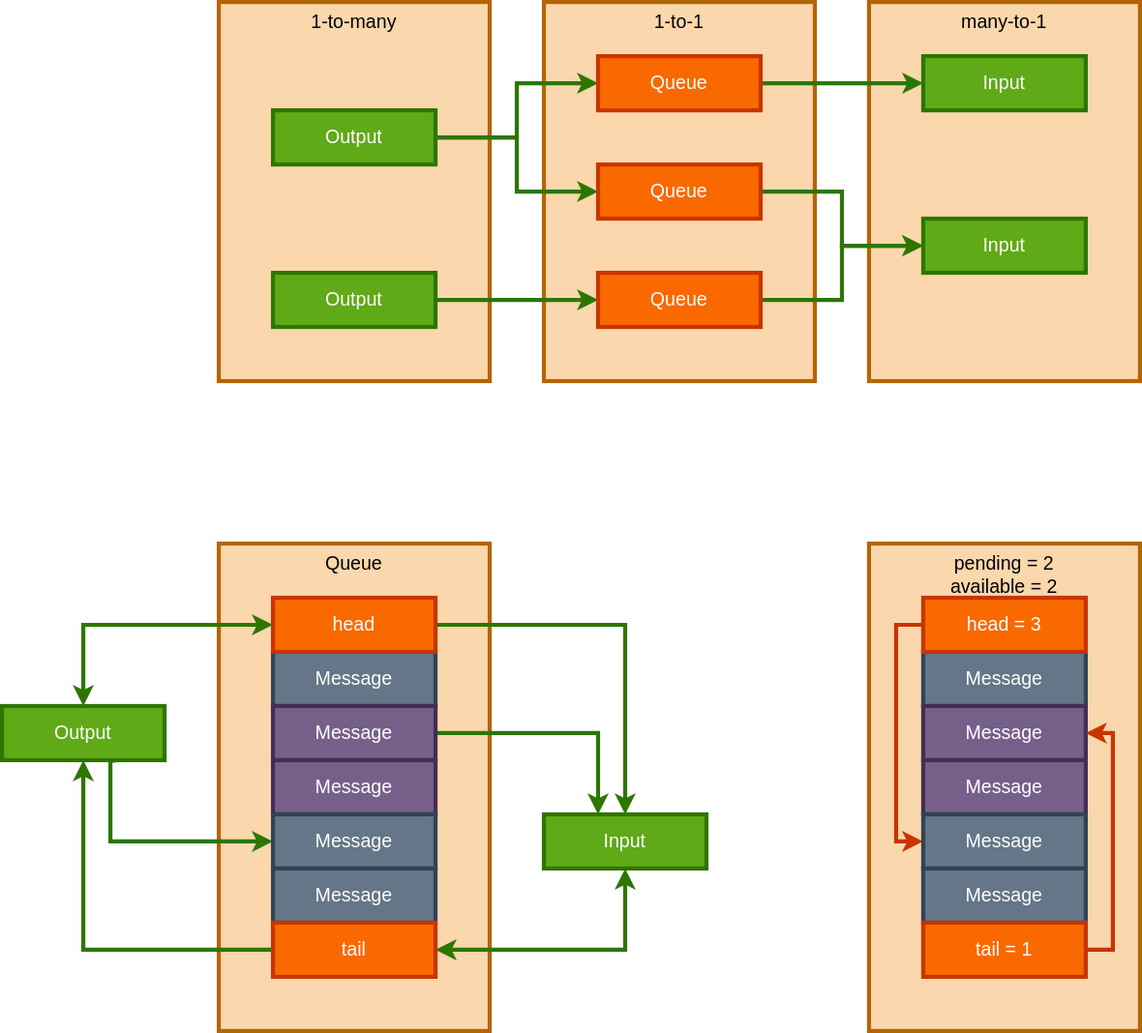
Earlier version of the draw.io export readme.drawio.svg (nin-jin/go.d). Source tidied: cells renumbered, new cells last; positions are measured from the earlier drawing's top-left corner, leaving out a move shared by most shapes.
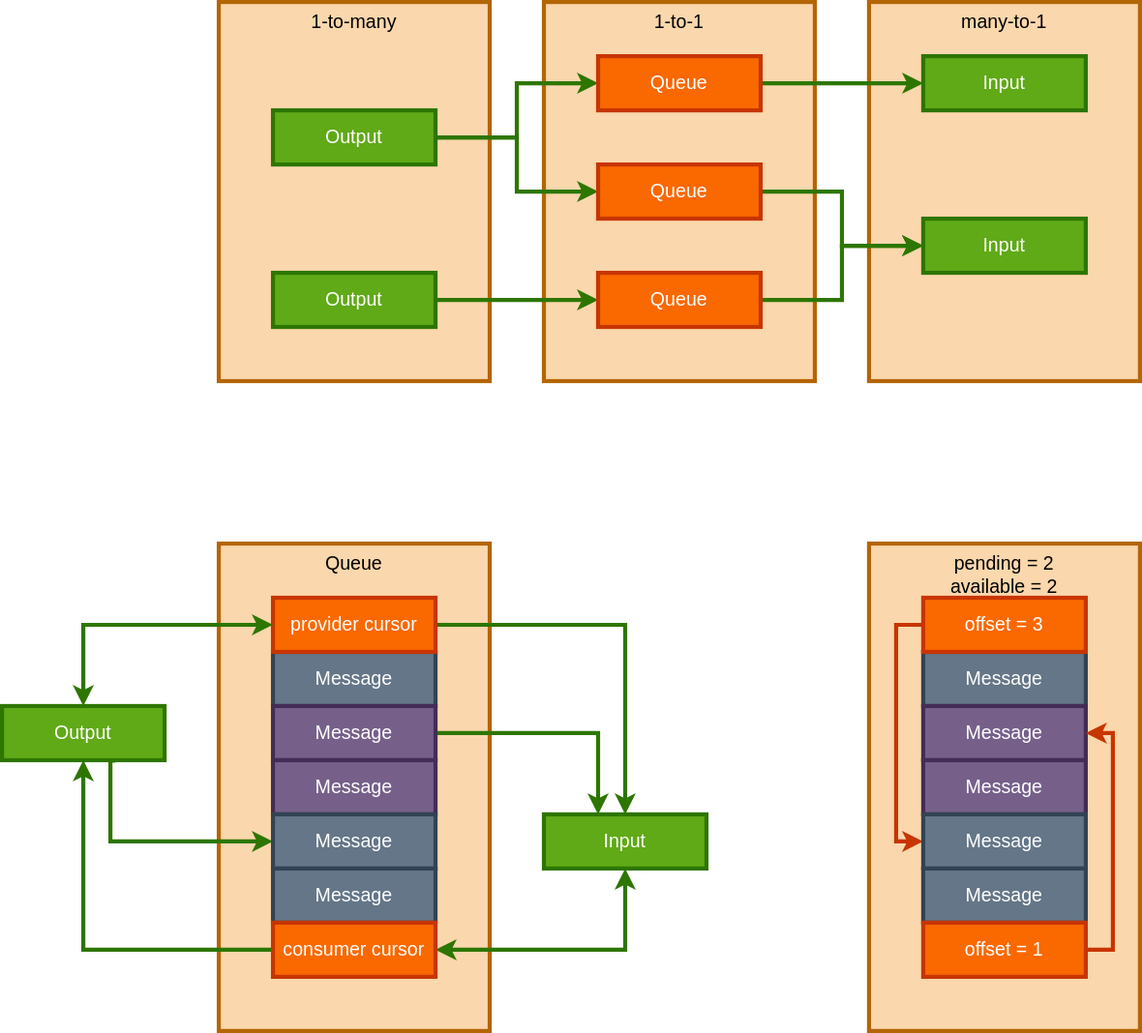
Above is the later version.

Change to the diagram source:
```diff
@@ -40,7 +40,7 @@
         </Array>
       </mxGeometry>
     </mxCell>
-    <mxCell id="12" value="head" style="rounded=0;whiteSpace=wrap;html=1;fillColor=#fa6800;strokeColor=#C73500;fontColor=#ffffff;strokeWidth=3;fontStyle=0;fontSize=14;" parent="1" vertex="1">
+    <mxCell id="12" value="provider cursor" style="rounded=0;whiteSpace=wrap;html=1;fillColor=#fa6800;strokeColor=#C73500;fontColor=#ffffff;strokeWidth=3;fontStyle=0;fontSize=14;" parent="1" vertex="1">
       <mxGeometry x="200" y="440" width="120" height="40" as="geometry" />
     </mxCell>
     <mxCell id="13" style="edgeStyle=orthogonalEdgeStyle;rounded=0;jettySize=auto;html=1;startArrow=none;startFill=0;endArrow=classic;endFill=1;strokeWidth=3;fillColor=#60a917;strokeColor=#2D7600;" parent="1" edge="1" source="43" target="18">
@@ -92,7 +92,7 @@
         </Array>
       </mxGeometry>
     </mxCell>
-    <mxCell id="23" value="head = 3" style="rounded=0;whiteSpace=wrap;html=1;fillColor=#fa6800;strokeColor=#C73500;fontColor=#ffffff;strokeWidth=3;fontStyle=0;fontSize=14;" parent="1" vertex="1">
+    <mxCell id="23" value="offset = 3" style="rounded=0;whiteSpace=wrap;html=1;fillColor=#fa6800;strokeColor=#C73500;fontColor=#ffffff;strokeWidth=3;fontStyle=0;fontSize=14;" parent="1" vertex="1">
       <mxGeometry x="680" y="440" width="120" height="40" as="geometry" />
     </mxCell>
     <mxCell id="24" style="edgeStyle=orthogonalEdgeStyle;rounded=0;jettySize=auto;html=1;strokeWidth=3;fontSize=14;fontColor=#000000;fillColor=#fa6800;strokeColor=#C73500;" parent="1" edge="1" source="42" target="20">
@@ -154,10 +154,10 @@
     <mxCell id="41" value="Queue" style="rounded=0;whiteSpace=wrap;html=1;fillColor=#fa6800;strokeColor=#C73500;fontColor=#ffffff;strokeWidth=3;fontStyle=0;fontSize=14;" parent="1" vertex="1">
       <mxGeometry x="440" y="200" width="120" height="40" as="geometry" />
     </mxCell>
-    <mxCell id="42" value="tail = 1" style="rounded=0;whiteSpace=wrap;html=1;fillColor=#fa6800;strokeColor=#C73500;fontColor=#ffffff;strokeWidth=3;fontStyle=0;fontSize=14;" parent="1" vertex="1">
+    <mxCell id="42" value="offset = 1" style="rounded=0;whiteSpace=wrap;html=1;fillColor=#fa6800;strokeColor=#C73500;fontColor=#ffffff;strokeWidth=3;fontStyle=0;fontSize=14;" parent="1" vertex="1">
       <mxGeometry x="680" y="680" width="120" height="40" as="geometry" />
     </mxCell>
-    <mxCell id="43" value="tail" style="rounded=0;whiteSpace=wrap;html=1;fillColor=#fa6800;strokeColor=#C73500;fontColor=#ffffff;strokeWidth=3;fontStyle=0;fontSize=14;" parent="1" vertex="1">
+    <mxCell id="43" value="consumer cursor" style="rounded=0;whiteSpace=wrap;html=1;fillColor=#fa6800;strokeColor=#C73500;fontColor=#ffffff;strokeWidth=3;fontStyle=0;fontSize=14;" parent="1" vertex="1">
       <mxGeometry x="200" y="680" width="120" height="40" as="geometry" />
     </mxCell>
   </root>
```
